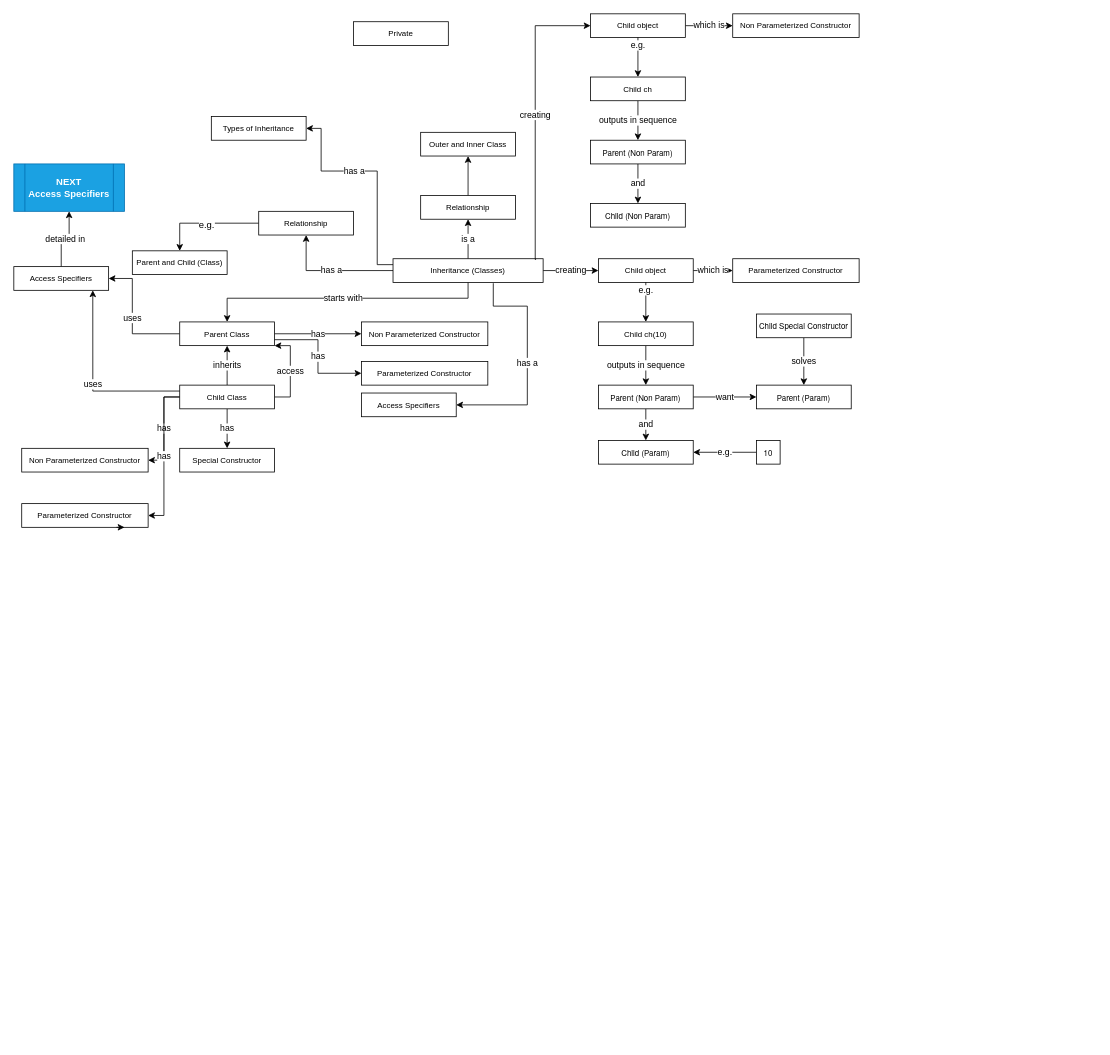
This is page "Inheritance (9)" (10 of 17) of revision/Supplementary/Mindmapcpp.drawio from BSCdfdff/LearnCppProgramming, a draw.io file, before an edit. Source tidied: cells renumbered, new cells numbered last; positions are measured from the earlier drawing's top-left corner, leaving out a move shared by most shapes. Both pictures are drawn from the tidied source at 79%, with x=0, y=0 at pixel (13, 13).
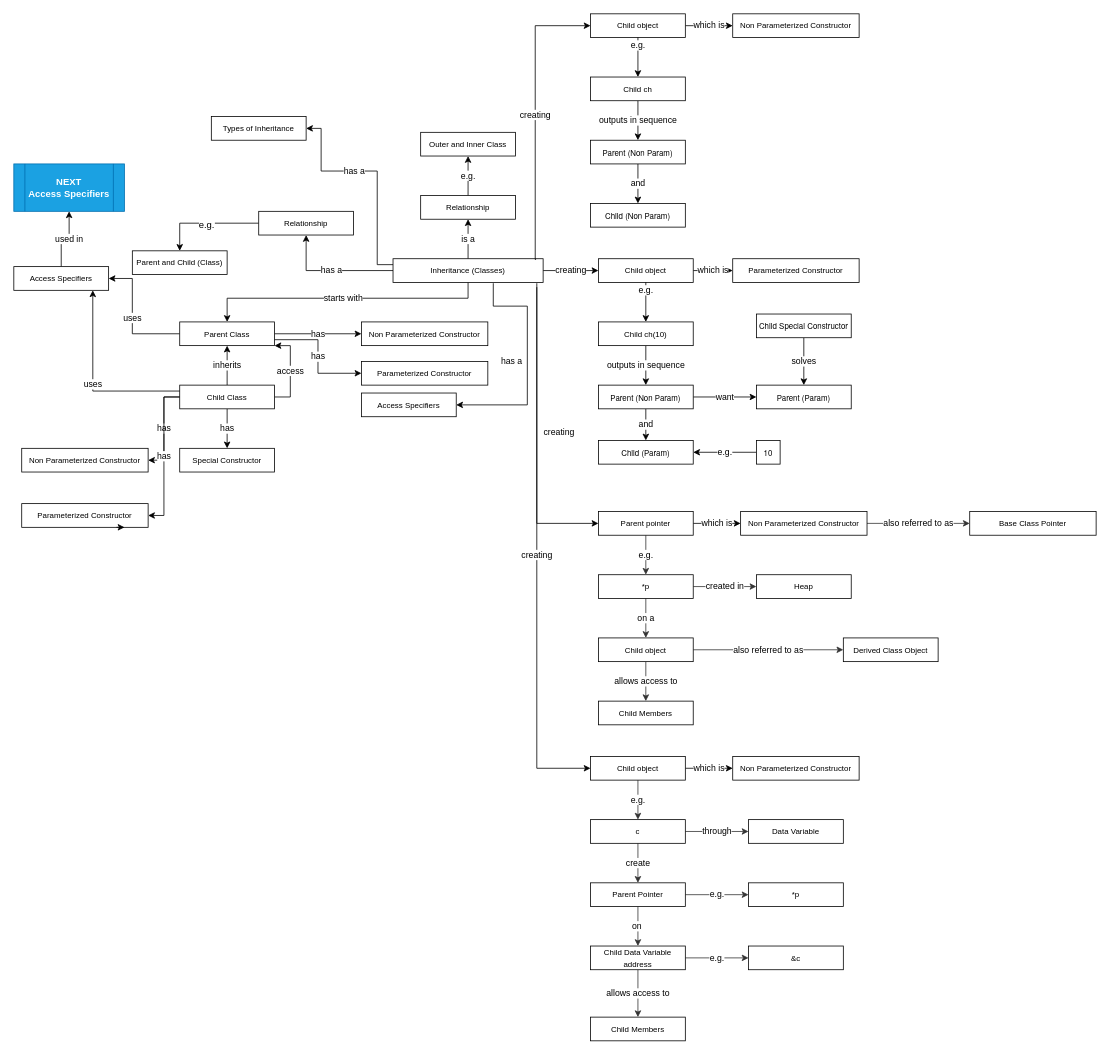
The same diagram, later.

Unchanged cells that the change refers to:
```xml
<mxCell id="6" value="&lt;span style=&quot;font-size: 10px&quot;&gt;Inheritance (Classes)&lt;/span&gt;" style="rounded=0;whiteSpace=wrap;html=1;" parent="1" vertex="1">
  <mxGeometry x="480" y="310" width="190" height="30" as="geometry" />
</mxCell>
<mxCell id="7" value="NEXT&lt;br&gt;Access Specifiers" style="shape=process;whiteSpace=wrap;html=1;backgroundOutline=1;rounded=0;shadow=0;fillColor=#1ba1e2;strokeColor=#006EAF;fontColor=#ffffff;fontStyle=1;fontFamily=Montserrat;FType=g;" parent="1" vertex="1">
  <mxGeometry y="190" width="140" height="60" as="geometry" />
</mxCell>
<mxCell id="14" value="&lt;span style=&quot;font-size: 10px&quot;&gt;Relationship&lt;/span&gt;" style="rounded=0;whiteSpace=wrap;html=1;" parent="1" vertex="1">
  <mxGeometry x="515" y="230" width="120" height="30" as="geometry" />
</mxCell>
<mxCell id="16" value="&lt;span style=&quot;font-size: 10px&quot;&gt;Outer and Inner Class&lt;/span&gt;" style="rounded=0;whiteSpace=wrap;html=1;" parent="1" vertex="1">
  <mxGeometry x="515" y="150" width="120" height="30" as="geometry" />
</mxCell>
<mxCell id="30" value="&lt;span style=&quot;font-size: 10px&quot;&gt;Access Specifiers&lt;/span&gt;" style="rounded=0;whiteSpace=wrap;html=1;" parent="1" vertex="1">
  <mxGeometry x="440" y="480" width="120" height="30" as="geometry" />
</mxCell>
<mxCell id="63" value="&lt;span style=&quot;font-size: 10px&quot;&gt;Access Specifiers&lt;/span&gt;" style="rounded=0;whiteSpace=wrap;html=1;" parent="1" vertex="1">
  <mxGeometry y="320" width="120" height="30" as="geometry" />
</mxCell>
```

What changed in the source:
```diff
@@
-    <mxCell id="13" style="edgeStyle=orthogonalEdgeStyle;rounded=0;jettySize=auto;html=1;" parent="1" edge="1" source="14" target="16">
+    <mxCell id="13" value="e.g." style="edgeStyle=orthogonalEdgeStyle;rounded=0;jettySize=auto;html=1;" parent="1" edge="1" source="14" target="16">
       <mxGeometry relative="1" as="geometry" />
     </mxCell>
@@
     <mxCell id="59" value="has a" style="edgeStyle=orthogonalEdgeStyle;rounded=0;jettySize=auto;html=1;exitX=0.668;exitY=1.033;exitDx=0;exitDy=0;exitPerimeter=0;entryX=1;entryY=0.5;entryDx=0;entryDy=0;" parent="1" edge="1" source="6" target="30">
-      <mxGeometry relative="1" as="geometry">
+      <mxGeometry x="-0.01" y="-20" relative="1" as="geometry">
         <Array as="points">
           <mxPoint x="607" y="370" />
           <mxPoint x="650" y="370" />
           <mxPoint x="650" y="495" />
         </Array>
       </mxGeometry>
     </mxCell>
@@
-    <mxCell id="61" value="&lt;span style=&quot;font-size: 10px&quot;&gt;Private&lt;/span&gt;" style="rounded=0;whiteSpace=wrap;html=1;" parent="1" vertex="1">
-      <mxGeometry x="430" y="10" width="120" height="30" as="geometry" />
-    </mxCell>
-    <mxCell id="62" value="detailed in" style="edgeStyle=orthogonalEdgeStyle;rounded=0;jettySize=auto;html=1;" parent="1" edge="1" source="63" target="7">
-      <mxGeometry relative="1" as="geometry" />
+    <mxCell id="62" value="used in" style="edgeStyle=orthogonalEdgeStyle;rounded=0;jettySize=auto;html=1;" parent="1" edge="1" source="63" target="7">
+      <mxGeometry x="0.12" relative="1" as="geometry" />
     </mxCell>
@@
+    <mxCell id="65" value="which is" style="edgeStyle=orthogonalEdgeStyle;rounded=0;jettySize=auto;html=1;" parent="1" edge="1" source="67" target="69">
+      <mxGeometry relative="1" as="geometry">
+        <Array as="points">
+          <mxPoint x="890" y="645" />
+          <mxPoint x="890" y="645" />
+        </Array>
+      </mxGeometry>
+    </mxCell>
+    <mxCell id="66" value="e.g." style="edgeStyle=orthogonalEdgeStyle;rounded=0;jettySize=auto;html=1;strokeColor=#333333;strokeWidth=1;" parent="1" edge="1" source="67" target="74">
+      <mxGeometry relative="1" as="geometry" />
+    </mxCell>
+    <mxCell id="67" value="&lt;span style=&quot;font-size: 10px&quot;&gt;Parent pointer&lt;/span&gt;" style="rounded=0;whiteSpace=wrap;html=1;" parent="1" vertex="1">
+      <mxGeometry x="740" y="630" width="120" height="30" as="geometry" />
+    </mxCell>
+    <mxCell id="68" value="also referred to as" style="edgeStyle=orthogonalEdgeStyle;rounded=0;jettySize=auto;html=1;strokeColor=#333333;strokeWidth=1;" parent="1" edge="1" source="69" target="70">
+      <mxGeometry relative="1" as="geometry" />
+    </mxCell>
+    <mxCell id="69" value="&lt;span style=&quot;font-size: 10px&quot;&gt;Non Parameterized Constructor&lt;/span&gt;" style="rounded=0;whiteSpace=wrap;html=1;" parent="1" vertex="1">
+      <mxGeometry x="920" y="630" width="160" height="30" as="geometry" />
+    </mxCell>
+    <mxCell id="70" value="&lt;span style=&quot;font-size: 10px&quot;&gt;Base Class Pointer&lt;/span&gt;" style="rounded=0;whiteSpace=wrap;html=1;" parent="1" vertex="1">
+      <mxGeometry x="1210" y="630" width="160" height="30" as="geometry" />
+    </mxCell>
+    <mxCell id="71" value="creating" style="edgeStyle=orthogonalEdgeStyle;rounded=0;jettySize=auto;html=1;exitX=0.958;exitY=1.033;exitDx=0;exitDy=0;exitPerimeter=0;entryX=0;entryY=0.5;entryDx=0;entryDy=0;" parent="1" edge="1" source="6" target="67">
+      <mxGeometry x="0.74" y="115" relative="1" as="geometry">
+        <Array as="points">
+          <mxPoint x="662" y="645" />
+        </Array>
+      </mxGeometry>
+    </mxCell>
+    <mxCell id="72" value="on a" style="edgeStyle=orthogonalEdgeStyle;rounded=0;jettySize=auto;html=1;strokeColor=#333333;strokeWidth=1;" parent="1" edge="1" source="74" target="78">
+      <mxGeometry relative="1" as="geometry" />
+    </mxCell>
+    <mxCell id="73" value="created in" style="edgeStyle=orthogonalEdgeStyle;rounded=0;jettySize=auto;html=1;strokeColor=#333333;strokeWidth=1;" parent="1" edge="1" source="74" target="75">
+      <mxGeometry relative="1" as="geometry" />
+    </mxCell>
+    <mxCell id="74" value="&lt;span style=&quot;font-size: 10px&quot;&gt;*p&lt;/span&gt;" style="rounded=0;whiteSpace=wrap;html=1;" parent="1" vertex="1">
+      <mxGeometry x="740" y="710" width="120" height="30" as="geometry" />
+    </mxCell>
+    <mxCell id="75" value="&lt;span style=&quot;font-size: 10px&quot;&gt;Heap&lt;/span&gt;" style="rounded=0;whiteSpace=wrap;html=1;" parent="1" vertex="1">
+      <mxGeometry x="940" y="710" width="120" height="30" as="geometry" />
+    </mxCell>
+    <mxCell id="76" value="also referred to as" style="edgeStyle=orthogonalEdgeStyle;rounded=0;jettySize=auto;html=1;strokeColor=#333333;strokeWidth=1;" parent="1" edge="1" source="78" target="79">
+      <mxGeometry relative="1" as="geometry" />
+    </mxCell>
+    <mxCell id="77" value="allows access to" style="edgeStyle=orthogonalEdgeStyle;rounded=0;jettySize=auto;html=1;strokeColor=#333333;strokeWidth=1;" parent="1" edge="1" source="78" target="80">
+      <mxGeometry relative="1" as="geometry">
+        <Array as="points">
+          <mxPoint x="800" y="840" />
+          <mxPoint x="800" y="840" />
+        </Array>
+      </mxGeometry>
+    </mxCell>
+    <mxCell id="78" value="&lt;span style=&quot;font-size: 10px&quot;&gt;Child object&lt;/span&gt;" style="rounded=0;whiteSpace=wrap;html=1;" parent="1" vertex="1">
+      <mxGeometry x="740" y="790" width="120" height="30" as="geometry" />
+    </mxCell>
+    <mxCell id="79" value="&lt;span style=&quot;font-size: 10px&quot;&gt;Derived Class Object&lt;/span&gt;" style="rounded=0;whiteSpace=wrap;html=1;" parent="1" vertex="1">
+      <mxGeometry x="1050" y="790" width="120" height="30" as="geometry" />
+    </mxCell>
+    <mxCell id="80" value="&lt;span style=&quot;font-size: 10px&quot;&gt;Child Members&lt;/span&gt;" style="rounded=0;whiteSpace=wrap;html=1;" parent="1" vertex="1">
+      <mxGeometry x="740" y="870" width="120" height="30" as="geometry" />
+    </mxCell>
+    <mxCell id="81" value="creating" style="edgeStyle=orthogonalEdgeStyle;rounded=0;jettySize=auto;html=1;exitX=0.958;exitY=1.033;exitDx=0;exitDy=0;exitPerimeter=0;entryX=0;entryY=0.5;entryDx=0;entryDy=0;" parent="1" edge="1" target="84">
+      <mxGeometry relative="1" as="geometry">
+        <mxPoint x="662" y="346" as="sourcePoint" />
+        <Array as="points">
+          <mxPoint x="662" y="955" />
+        </Array>
+      </mxGeometry>
+    </mxCell>
+    <mxCell id="82" value="which is" style="edgeStyle=orthogonalEdgeStyle;rounded=0;jettySize=auto;html=1;" parent="1" edge="1" source="84" target="85">
+      <mxGeometry relative="1" as="geometry">
+        <Array as="points">
+          <mxPoint x="880" y="955" />
+          <mxPoint x="880" y="955" />
+        </Array>
+      </mxGeometry>
+    </mxCell>
+    <mxCell id="83" value="e.g." style="edgeStyle=orthogonalEdgeStyle;rounded=0;jettySize=auto;html=1;strokeColor=#333333;strokeWidth=1;" parent="1" edge="1" source="84" target="88">
+      <mxGeometry relative="1" as="geometry" />
+    </mxCell>
+    <mxCell id="84" value="&lt;span style=&quot;font-size: 10px&quot;&gt;Child object&lt;/span&gt;" style="rounded=0;whiteSpace=wrap;html=1;" parent="1" vertex="1">
+      <mxGeometry x="730" y="940" width="120" height="30" as="geometry" />
+    </mxCell>
+    <mxCell id="85" value="&lt;span style=&quot;font-size: 10px&quot;&gt;Non Parameterized Constructor&lt;/span&gt;" style="rounded=0;whiteSpace=wrap;html=1;" parent="1" vertex="1">
+      <mxGeometry x="910" y="940" width="160" height="30" as="geometry" />
+    </mxCell>
+    <mxCell id="86" value="create" style="edgeStyle=orthogonalEdgeStyle;rounded=0;jettySize=auto;html=1;strokeColor=#333333;strokeWidth=1;" parent="1" edge="1" source="88" target="92">
+      <mxGeometry relative="1" as="geometry" />
+    </mxCell>
+    <mxCell id="87" value="through" style="edgeStyle=orthogonalEdgeStyle;rounded=0;jettySize=auto;html=1;strokeColor=#333333;strokeWidth=1;" parent="1" edge="1" source="88" target="89">
+      <mxGeometry relative="1" as="geometry" />
+    </mxCell>
+    <mxCell id="88" value="&lt;span style=&quot;font-size: 10px&quot;&gt;c&lt;/span&gt;" style="rounded=0;whiteSpace=wrap;html=1;" parent="1" vertex="1">
+      <mxGeometry x="730" y="1020" width="120" height="30" as="geometry" />
+    </mxCell>
+    <mxCell id="89" value="&lt;span style=&quot;font-size: 10px&quot;&gt;Data Variable&lt;/span&gt;" style="rounded=0;whiteSpace=wrap;html=1;" parent="1" vertex="1">
+      <mxGeometry x="930" y="1020" width="120" height="30" as="geometry" />
+    </mxCell>
+    <mxCell id="90" value="on&amp;nbsp;" style="edgeStyle=orthogonalEdgeStyle;rounded=0;jettySize=auto;html=1;strokeColor=#333333;strokeWidth=1;" parent="1" edge="1" source="92" target="96">
+      <mxGeometry relative="1" as="geometry">
+        <Array as="points">
+          <mxPoint x="790" y="1150" />
+          <mxPoint x="790" y="1150" />
+        </Array>
+      </mxGeometry>
+    </mxCell>
+    <mxCell id="91" value="e.g." style="edgeStyle=orthogonalEdgeStyle;rounded=0;jettySize=auto;html=1;strokeColor=#333333;strokeWidth=1;" parent="1" edge="1" source="92" target="93">
+      <mxGeometry relative="1" as="geometry" />
+    </mxCell>
+    <mxCell id="92" value="&lt;span style=&quot;font-size: 10px&quot;&gt;Parent Pointer&lt;/span&gt;" style="rounded=0;whiteSpace=wrap;html=1;" parent="1" vertex="1">
+      <mxGeometry x="730" y="1100" width="120" height="30" as="geometry" />
+    </mxCell>
+    <mxCell id="93" value="&lt;span style=&quot;font-size: 10px&quot;&gt;*p&lt;/span&gt;" style="rounded=0;whiteSpace=wrap;html=1;" parent="1" vertex="1">
+      <mxGeometry x="930" y="1100" width="120" height="30" as="geometry" />
+    </mxCell>
+    <mxCell id="94" value="e.g." style="edgeStyle=orthogonalEdgeStyle;rounded=0;jettySize=auto;html=1;strokeColor=#333333;strokeWidth=1;" parent="1" edge="1" source="96" target="98">
+      <mxGeometry relative="1" as="geometry" />
+    </mxCell>
+    <mxCell id="95" value="allows access to" style="edgeStyle=orthogonalEdgeStyle;rounded=0;jettySize=auto;html=1;strokeColor=#333333;strokeWidth=1;" parent="1" edge="1" source="96" target="97">
+      <mxGeometry relative="1" as="geometry" />
+    </mxCell>
+    <mxCell id="96" value="&lt;span style=&quot;font-size: 10px&quot;&gt;Child Data Variable address&lt;/span&gt;" style="rounded=0;whiteSpace=wrap;html=1;" parent="1" vertex="1">
+      <mxGeometry x="730" y="1180" width="120" height="30" as="geometry" />
+    </mxCell>
+    <mxCell id="97" value="&lt;span style=&quot;font-size: 10px&quot;&gt;Child Members&lt;/span&gt;" style="rounded=0;whiteSpace=wrap;html=1;" parent="1" vertex="1">
+      <mxGeometry x="730" y="1270" width="120" height="30" as="geometry" />
+    </mxCell>
+    <mxCell id="98" value="&lt;span style=&quot;font-size: 10px&quot;&gt;&amp;amp;c&lt;/span&gt;" style="rounded=0;whiteSpace=wrap;html=1;" parent="1" vertex="1">
+      <mxGeometry x="930" y="1180" width="120" height="30" as="geometry" />
+    </mxCell>
```
